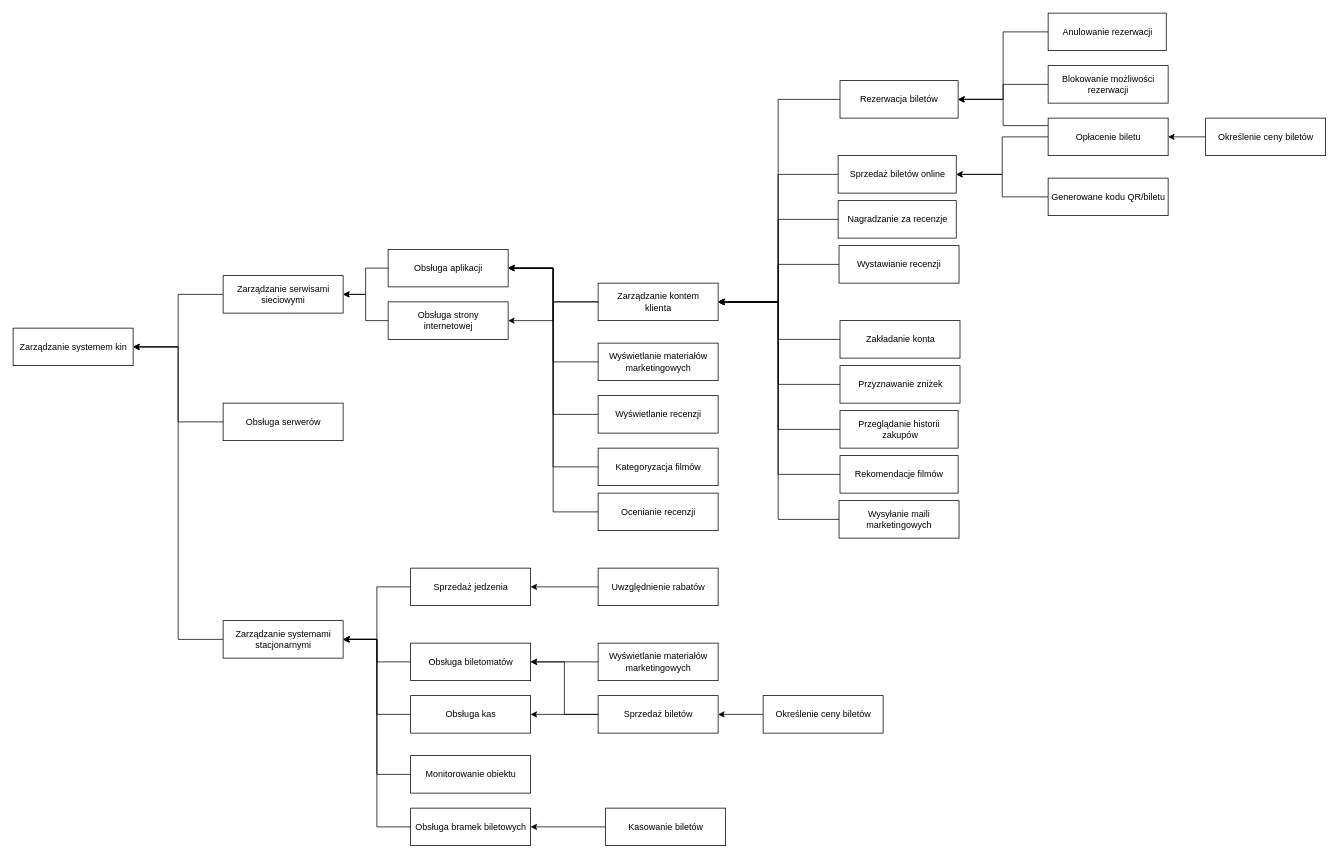
This is page "Wymagania formalne" (3 of 3) of Model_otoczenia.drawio from MateuszKochanski/IPR, a draw.io file, before an edit. Source tidied: cells renumbered, new cells numbered last; positions are measured from the earlier drawing's top-left corner, leaving out a move shared by most shapes. Both pictures are drawn from the tidied source at 75%, with x=0, y=0 at pixel (13, 13).
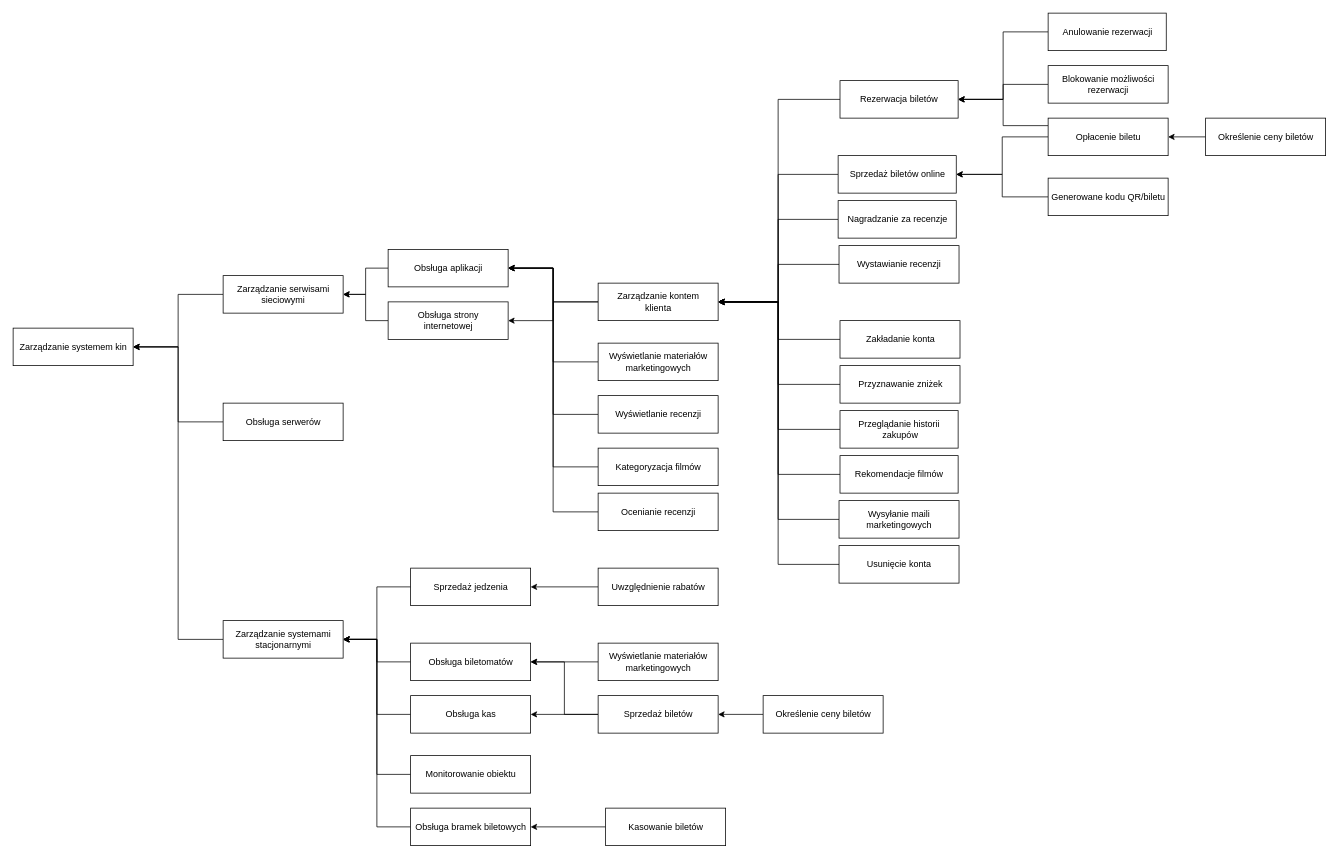
The same diagram, later.

Unchanged cells that the change refers to:
```xml
<mxCell id="44" value="Zarządzanie kontem&lt;br&gt;klienta" style="html=1;" parent="1" vertex="1">
  <mxGeometry x="780" y="360" width="160" height="50" as="geometry" />
</mxCell>
```

The edit, as a diff of the source:
```diff
@@
+    <mxCell id="74" style="edgeStyle=orthogonalEdgeStyle;rounded=0;jettySize=auto;html=1;entryX=1;entryY=0.5;entryDx=0;entryDy=0;" parent="1" edge="1" source="75" target="44">
+      <mxGeometry relative="1" as="geometry">
+        <Array as="points">
+          <mxPoint x="1020" y="735" />
+          <mxPoint x="1020" y="385" />
+        </Array>
+      </mxGeometry>
+    </mxCell>
+    <mxCell id="75" value="Usunięcie konta" style="html=1;" parent="1" vertex="1">
+      <mxGeometry x="1101.2" y="710" width="160" height="50" as="geometry" />
+    </mxCell>
```
